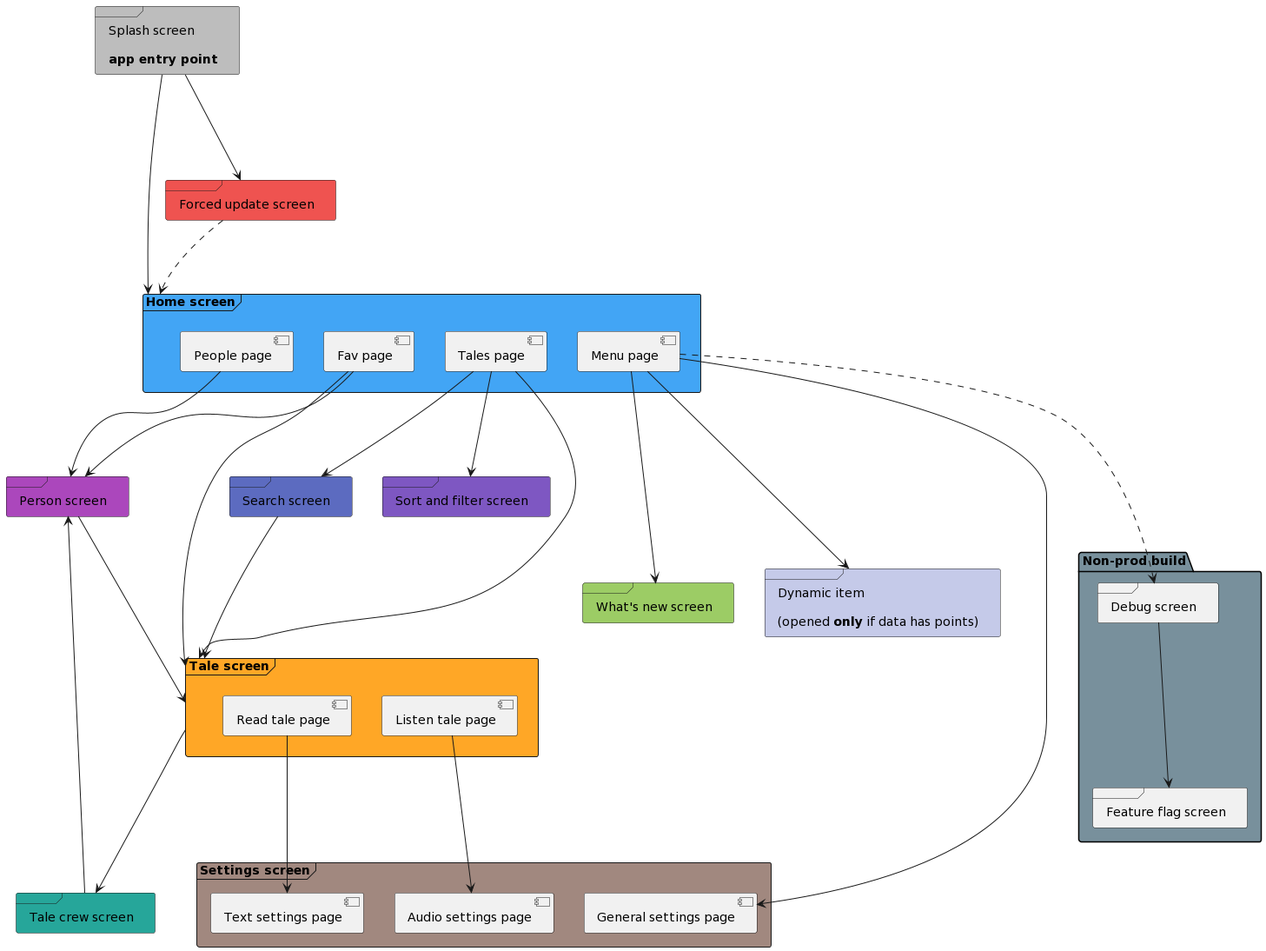
Above: docs/arts/screens_schema.png in kazky-dytynstva/mobile-app (PlantUML), before the change.
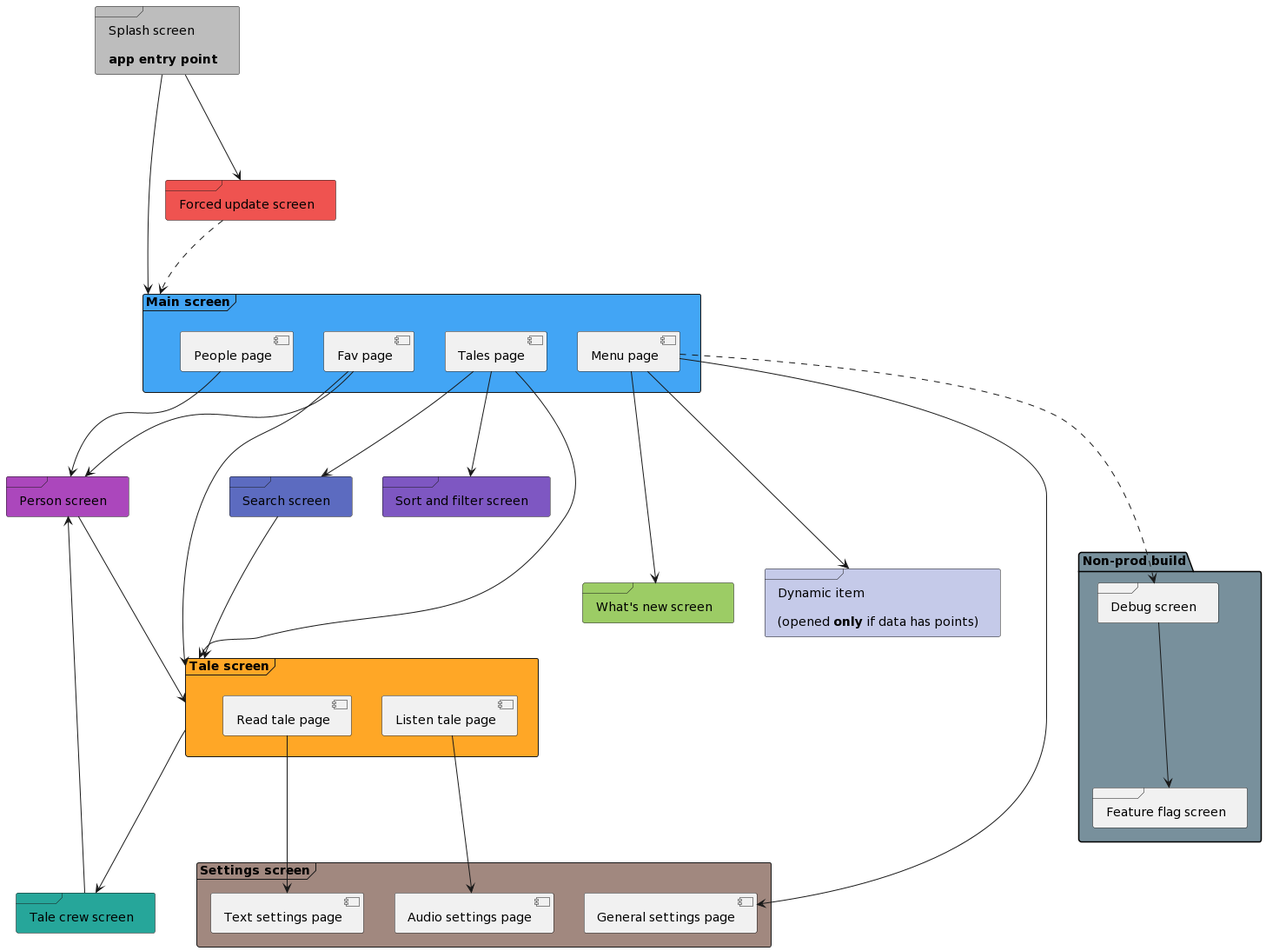
The same diagram one commit later.

Diff of the diagram source:
```diff
@@ -1,11 +1,11 @@
 @startuml
 frame "Splash screen\n\n<b>app entry point</b>" as screenSplash #bdbdbd
 
-    frame "Home screen" as screenHome #42a5f5 {
-    [Tales page] as pageHomeTales
-    [Fav page] as pageHomeFav
-    [People page] as pageHomePeople
-    [Menu page] as pageHomeMenu
+    frame "Main screen" as screenMain #42a5f5 {
+    [Tales page] as mainPageTales
+    [Fav page] as mainPageFav
+    [People page] as mainPagePeople
+    [Menu page] as mainPageMenu
     }
 
     frame "Settings screen" as screenSettings #a1887f{
@@ -31,21 +31,21 @@
     [Listen tale page] as pageTaleListen
     }
 
-    screenSplash --down--> screenHome
+    screenSplash --down--> screenMain
     screenSplash ---> screenForcedUpdate
 
-    screenForcedUpdate ..down.> screenHome
+    screenForcedUpdate ..down.> screenMain
 
-    pageHomeTales --down-> screenTale
-    pageHomeTales ---> screenSortAndFilter
-    pageHomeTales --down-> screenSearch
-    pageHomeFav ---> screenTale
-    pageHomeFav ---> screenPerson
-    pageHomePeople ---> screenPerson
-    pageHomeMenu ----> pageSettingsGeneral
-    pageHomeMenu -..-> screenDebug
-    pageHomeMenu ----> screenWhatsNew
-    pageHomeMenu ----> screenDynamicItem
+    mainPageTales --down-> screenTale
+    mainPageTales ---> screenSortAndFilter
+    mainPageTales --down-> screenSearch
+    mainPageFav ---> screenTale
+    mainPageFav ---> screenPerson
+    mainPagePeople ---> screenPerson
+    mainPageMenu ----> pageSettingsGeneral
+    mainPageMenu -..-> screenDebug
+    mainPageMenu ----> screenWhatsNew
+    mainPageMenu ----> screenDynamicItem
 
     screenPerson --down-> screenTale
 
```
